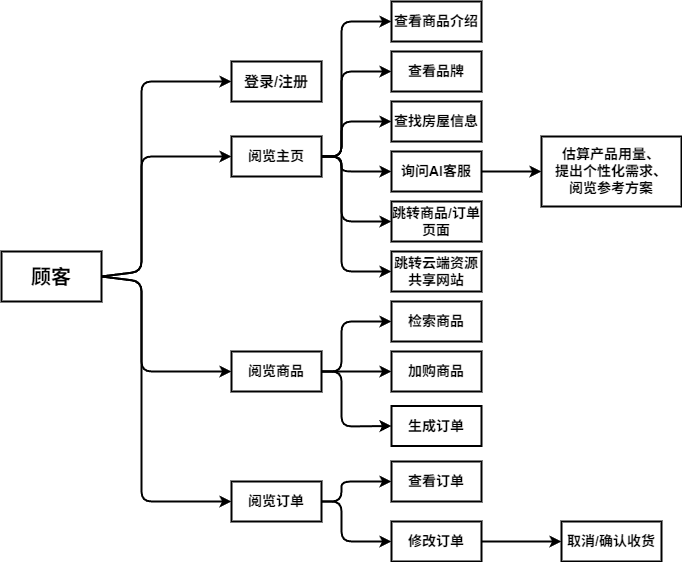
Before: 8.drawio.png, a diagram exported from draw.io (xiyuliu509/microservice-shop). Source tidied: cells renumbered, new cells last; positions are measured from the earlier drawing's top-left corner, leaving out a move shared by most shapes.
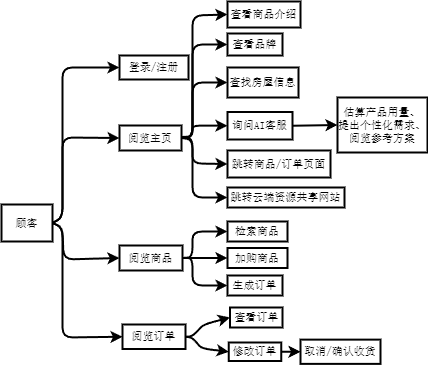
After the change.

What changed in the source:
```diff
@@ -2,185 +2,181 @@
   <root>
     <mxCell id="0" />
     <mxCell id="1" parent="0" />
-    <mxCell id="2" value="&lt;span style=&quot;font-size: 20px;&quot;&gt;&lt;b&gt;顾客&lt;/b&gt;&lt;/span&gt;" style="rounded=0;whiteSpace=wrap;html=1;strokeWidth=2;" parent="1" vertex="1">
-      <mxGeometry y="250" width="100" height="50" as="geometry" />
+    <mxCell id="2" value="&lt;span&gt;&lt;font&gt;顾客&lt;/font&gt;&lt;/span&gt;" style="rounded=0;whiteSpace=wrap;html=1;strokeWidth=2;fontFamily=宋体;fontSize=11;fontStyle=0;fontColor=#000000;" parent="1" vertex="1">
+      <mxGeometry x="79" y="257" width="51" height="37" as="geometry" />
     </mxCell>
-    <mxCell id="3" value="&lt;b&gt;&lt;font style=&quot;font-size: 15px;&quot;&gt;登录/注册&lt;/font&gt;&lt;/b&gt;" style="rounded=0;whiteSpace=wrap;html=1;strokeWidth=2;" parent="1" vertex="1">
-      <mxGeometry x="230" y="60" width="90" height="40" as="geometry" />
+    <mxCell id="3" value="&lt;span&gt;&lt;font&gt;登录/注册&lt;/font&gt;&lt;/span&gt;" style="rounded=0;whiteSpace=wrap;html=1;strokeWidth=2;fontFamily=宋体;fontSize=11;fontStyle=0;fontColor=#000000;" parent="1" vertex="1">
+      <mxGeometry x="197" y="108" width="69" height="24" as="geometry" />
     </mxCell>
-    <mxCell id="4" value="&lt;span style=&quot;font-size: 14px;&quot;&gt;&lt;b&gt;阅览主页&lt;/b&gt;&lt;/span&gt;" style="rounded=0;whiteSpace=wrap;html=1;strokeWidth=2;" parent="1" vertex="1">
-      <mxGeometry x="230" y="135" width="90" height="40" as="geometry" />
+    <mxCell id="4" value="&lt;span&gt;&lt;span&gt;阅览主页&lt;/span&gt;&lt;/span&gt;" style="rounded=0;whiteSpace=wrap;html=1;strokeWidth=2;fontFamily=宋体;fontSize=11;fontStyle=0;fontColor=#000000;" parent="1" vertex="1">
+      <mxGeometry x="197" y="178" width="62" height="25" as="geometry" />
     </mxCell>
-    <mxCell id="5" value="&lt;span style=&quot;font-size: 14px;&quot;&gt;&lt;b&gt;阅览商品&lt;/b&gt;&lt;/span&gt;" style="rounded=0;whiteSpace=wrap;html=1;strokeWidth=2;" parent="1" vertex="1">
-      <mxGeometry x="230" y="350" width="90" height="40" as="geometry" />
+    <mxCell id="5" value="&lt;span&gt;&lt;span&gt;阅览商品&lt;/span&gt;&lt;/span&gt;" style="rounded=0;whiteSpace=wrap;html=1;strokeWidth=2;fontFamily=宋体;fontSize=11;fontStyle=0;fontColor=#000000;" parent="1" vertex="1">
+      <mxGeometry x="197" y="298" width="63" height="25" as="geometry" />
     </mxCell>
-    <mxCell id="6" style="endArrow=classic;html=1;exitX=1;exitY=0.5;exitDx=0;exitDy=0;entryX=0;entryY=0.5;entryDx=0;entryDy=0;strokeWidth=2;" parent="1" edge="1" source="2" target="3">
+    <mxCell id="6" style="endArrow=classic;html=1;exitX=1;exitY=0.5;exitDx=0;exitDy=0;entryX=0;entryY=0.5;entryDx=0;entryDy=0;strokeWidth=2;fontFamily=宋体;fontSize=11;fontStyle=0;fontColor=#000000;" parent="1" edge="1" source="2" target="3">
       <mxGeometry relative="1" as="geometry">
         <Array as="points">
           <mxPoint x="140" y="270" />
-          <mxPoint x="140" y="80" />
+          <mxPoint x="140" y="120" />
         </Array>
       </mxGeometry>
     </mxCell>
-    <mxCell id="7" style="endArrow=classic;html=1;exitX=1;exitY=0.5;exitDx=0;exitDy=0;entryX=0;entryY=0.5;entryDx=0;entryDy=0;strokeWidth=2;" parent="1" edge="1" source="2" target="4">
+    <mxCell id="7" style="endArrow=classic;html=1;exitX=1;exitY=0.5;exitDx=0;exitDy=0;entryX=0;entryY=0.5;entryDx=0;entryDy=0;strokeWidth=2;fontFamily=宋体;fontSize=11;fontStyle=0;fontColor=#000000;" parent="1" edge="1" source="2" target="4">
       <mxGeometry relative="1" as="geometry">
         <Array as="points">
           <mxPoint x="140" y="270" />
-          <mxPoint x="140" y="155" />
+          <mxPoint x="140" y="190" />
         </Array>
       </mxGeometry>
     </mxCell>
-    <mxCell id="8" style="endArrow=classic;html=1;exitX=1;exitY=0.5;exitDx=0;exitDy=0;strokeWidth=2;entryX=0;entryY=0.5;entryDx=0;entryDy=0;" parent="1" edge="1" source="2" target="5">
+    <mxCell id="8" style="endArrow=classic;html=1;exitX=1;exitY=0.5;exitDx=0;exitDy=0;strokeWidth=2;entryX=0;entryY=0.5;entryDx=0;entryDy=0;fontFamily=宋体;fontSize=11;fontStyle=0;fontColor=#000000;" parent="1" edge="1" source="2" target="5">
       <mxGeometry relative="1" as="geometry">
         <Array as="points">
           <mxPoint x="140" y="280" />
-          <mxPoint x="140" y="370" />
+          <mxPoint x="141" y="312" />
         </Array>
       </mxGeometry>
     </mxCell>
-    <mxCell id="9" style="endArrow=classic;html=1;exitX=1;exitY=0.5;exitDx=0;exitDy=0;strokeWidth=2;entryX=0;entryY=0.5;entryDx=0;entryDy=0;" parent="1" edge="1" target="10">
-      <mxGeometry relative="1" as="geometry">
-        <mxPoint x="320" y="154.5" as="sourcePoint" />
-        <Array as="points">
-          <mxPoint x="340" y="155" />
-          <mxPoint x="340" y="20" />
-        </Array>
-      </mxGeometry>
-    </mxCell>
-    <mxCell id="10" value="&lt;span style=&quot;font-size: 14px;&quot;&gt;&lt;b&gt;查看商品介绍&lt;/b&gt;&lt;/span&gt;" style="rounded=0;whiteSpace=wrap;html=1;strokeWidth=2;" parent="1" vertex="1">
-      <mxGeometry x="390" width="90" height="40" as="geometry" />
+    <mxCell id="10" value="&lt;span&gt;&lt;span&gt;查看商品介绍&lt;/span&gt;&lt;/span&gt;" style="rounded=0;whiteSpace=wrap;html=1;strokeWidth=2;fontFamily=宋体;fontSize=11;fontStyle=0;fontColor=#000000;" parent="1" vertex="1">
+      <mxGeometry x="305" y="54" width="73" height="26" as="geometry" />
     </mxCell>
-    <mxCell id="11" value="&lt;span style=&quot;font-size: 14px;&quot;&gt;&lt;b&gt;查看品牌&lt;/b&gt;&lt;/span&gt;" style="rounded=0;whiteSpace=wrap;html=1;strokeWidth=2;" parent="1" vertex="1">
-      <mxGeometry x="390" y="50" width="90" height="40" as="geometry" />
+    <mxCell id="11" value="&lt;span&gt;&lt;span&gt;查看品牌&lt;/span&gt;&lt;/span&gt;" style="rounded=0;whiteSpace=wrap;html=1;strokeWidth=2;fontFamily=宋体;fontSize=11;fontStyle=0;fontColor=#000000;" parent="1" vertex="1">
+      <mxGeometry x="305" y="86" width="55" height="22" as="geometry" />
     </mxCell>
-    <mxCell id="12" style="endArrow=classic;html=1;exitX=1;exitY=0.5;exitDx=0;exitDy=0;strokeWidth=2;entryX=0;entryY=0.5;entryDx=0;entryDy=0;" parent="1" edge="1" source="4" target="11">
-      <mxGeometry relative="1" as="geometry">
-        <Array as="points">
-          <mxPoint x="340" y="155" />
-          <mxPoint x="340" y="70" />
-        </Array>
-      </mxGeometry>
-    </mxCell>
-    <mxCell id="13" style="endArrow=classic;html=1;entryX=0;entryY=0.5;entryDx=0;entryDy=0;strokeWidth=2;exitX=1;exitY=0.5;exitDx=0;exitDy=0;" parent="1" edge="1" source="2" target="29">
+    <mxCell id="13" style="endArrow=classic;html=1;entryX=0;entryY=0.5;entryDx=0;entryDy=0;strokeWidth=2;exitX=1;exitY=0.5;exitDx=0;exitDy=0;fontFamily=宋体;fontSize=11;fontStyle=0;fontColor=#000000;" parent="1" edge="1" source="2" target="29">
       <mxGeometry relative="1" as="geometry">
         <Array as="points">
           <mxPoint x="140" y="280" />
-          <mxPoint x="140" y="500" />
+          <mxPoint x="140" y="390" />
         </Array>
       </mxGeometry>
     </mxCell>
-    <mxCell id="14" value="&lt;span style=&quot;font-size: 14px;&quot;&gt;&lt;b&gt;查找房屋信息&lt;/b&gt;&lt;/span&gt;" style="rounded=0;whiteSpace=wrap;html=1;strokeWidth=2;" parent="1" vertex="1">
-      <mxGeometry x="390" y="100" width="90" height="40" as="geometry" />
+    <mxCell id="14" value="&lt;span&gt;&lt;span&gt;查找房屋信息&lt;/span&gt;&lt;/span&gt;" style="rounded=0;whiteSpace=wrap;html=1;strokeWidth=2;fontFamily=宋体;fontSize=11;fontStyle=0;fontColor=#000000;" parent="1" vertex="1">
+      <mxGeometry x="305" y="120" width="71" height="30" as="geometry" />
     </mxCell>
-    <mxCell id="15" style="edgeStyle=none;html=1;strokeWidth=2;entryX=0;entryY=0.5;entryDx=0;entryDy=0;exitX=1;exitY=0.5;exitDx=0;exitDy=0;" parent="1" edge="1" source="16" target="35">
-      <mxGeometry relative="1" as="geometry">
-        <Array as="points">
-          <mxPoint x="500" y="170" />
-        </Array>
-      </mxGeometry>
+    <mxCell id="15" style="edgeStyle=none;html=1;strokeWidth=2;entryX=0;entryY=0.5;entryDx=0;entryDy=0;exitX=1;exitY=0.5;exitDx=0;exitDy=0;fontFamily=宋体;fontSize=11;fontStyle=0;fontColor=#000000;" parent="1" edge="1" source="16" target="35">
+      <mxGeometry relative="1" as="geometry" />
     </mxCell>
-    <mxCell id="16" value="&lt;span style=&quot;font-size: 14px;&quot;&gt;&lt;b&gt;询问AI客服&lt;/b&gt;&lt;/span&gt;" style="rounded=0;whiteSpace=wrap;html=1;strokeWidth=2;" parent="1" vertex="1">
-      <mxGeometry x="390" y="150" width="90" height="40" as="geometry" />
+    <mxCell id="16" value="&lt;span&gt;&lt;span&gt;询问AI客服&lt;/span&gt;&lt;/span&gt;" style="rounded=0;whiteSpace=wrap;html=1;strokeWidth=2;fontFamily=宋体;fontSize=11;fontStyle=0;fontColor=#000000;" parent="1" vertex="1">
+      <mxGeometry x="305" y="164.5" width="65" height="27.5" as="geometry" />
     </mxCell>
-    <mxCell id="17" value="&lt;span style=&quot;font-size: 14px;&quot;&gt;&lt;b&gt;跳转商品/订单页面&lt;/b&gt;&lt;/span&gt;" style="rounded=0;whiteSpace=wrap;html=1;strokeWidth=2;" parent="1" vertex="1">
-      <mxGeometry x="390" y="200" width="90" height="40" as="geometry" />
+    <mxCell id="17" value="&lt;span&gt;&lt;span&gt;跳转商品/订单页面&lt;/span&gt;&lt;/span&gt;" style="rounded=0;whiteSpace=wrap;html=1;strokeWidth=2;fontFamily=宋体;fontSize=11;fontStyle=0;fontColor=#000000;" parent="1" vertex="1">
+      <mxGeometry x="305" y="203" width="103" height="27" as="geometry" />
     </mxCell>
-    <mxCell id="18" value="&lt;span style=&quot;font-size: 14px;&quot;&gt;&lt;b&gt;跳转云端资源共享网站&lt;/b&gt;&lt;/span&gt;" style="rounded=0;whiteSpace=wrap;html=1;strokeWidth=2;" parent="1" vertex="1">
-      <mxGeometry x="390" y="250" width="90" height="40" as="geometry" />
+    <mxCell id="18" value="&lt;span&gt;&lt;span&gt;跳转云端资源共享网站&lt;/span&gt;&lt;/span&gt;" style="rounded=0;whiteSpace=wrap;html=1;strokeWidth=2;fontFamily=宋体;fontSize=11;fontStyle=0;fontColor=#000000;" parent="1" vertex="1">
+      <mxGeometry x="305" y="240" width="117" height="20" as="geometry" />
     </mxCell>
-    <mxCell id="19" value="&lt;span style=&quot;font-size: 14px;&quot;&gt;&lt;b&gt;检索商品&lt;/b&gt;&lt;/span&gt;" style="rounded=0;whiteSpace=wrap;html=1;strokeWidth=2;" parent="1" vertex="1">
-      <mxGeometry x="390" y="300" width="90" height="40" as="geometry" />
+    <mxCell id="19" value="&lt;span&gt;&lt;span&gt;检索商品&lt;/span&gt;&lt;/span&gt;" style="rounded=0;whiteSpace=wrap;html=1;strokeWidth=2;fontFamily=宋体;fontSize=11;fontStyle=0;fontColor=#000000;" parent="1" vertex="1">
+      <mxGeometry x="305" y="274" width="60" height="20" as="geometry" />
     </mxCell>
-    <mxCell id="20" style="endArrow=classic;html=1;strokeWidth=2;entryX=0;entryY=0.5;entryDx=0;entryDy=0;exitX=1;exitY=0.5;exitDx=0;exitDy=0;" parent="1" edge="1" source="4" target="14">
-      <mxGeometry relative="1" as="geometry">
-        <Array as="points">
-          <mxPoint x="340" y="155" />
-          <mxPoint x="340" y="120" />
-        </Array>
-      </mxGeometry>
-    </mxCell>
-    <mxCell id="21" style="endArrow=classic;html=1;strokeWidth=2;exitX=1;exitY=0.5;exitDx=0;exitDy=0;entryX=0;entryY=0.5;entryDx=0;entryDy=0;" parent="1" edge="1" source="4" target="16">
-      <mxGeometry relative="1" as="geometry">
-        <Array as="points">
-          <mxPoint x="340" y="155" />
-          <mxPoint x="340" y="170" />
-        </Array>
-      </mxGeometry>
-    </mxCell>
-    <mxCell id="22" style="endArrow=classic;html=1;strokeWidth=2;entryX=0;entryY=0.5;entryDx=0;entryDy=0;exitX=1;exitY=0.5;exitDx=0;exitDy=0;" parent="1" edge="1" source="4" target="17">
-      <mxGeometry relative="1" as="geometry">
-        <Array as="points">
-          <mxPoint x="340" y="155" />
-          <mxPoint x="340" y="220" />
-        </Array>
-      </mxGeometry>
-    </mxCell>
-    <mxCell id="23" style="endArrow=classic;html=1;strokeWidth=2;exitX=1;exitY=0.5;exitDx=0;exitDy=0;entryX=0;entryY=0.5;entryDx=0;entryDy=0;" parent="1" edge="1" source="5" target="19">
-      <mxGeometry relative="1" as="geometry">
-        <Array as="points">
-          <mxPoint x="340" y="370" />
-          <mxPoint x="340" y="320" />
-        </Array>
-      </mxGeometry>
-    </mxCell>
-    <mxCell id="24" style="endArrow=classic;html=1;strokeWidth=2;entryX=0;entryY=0.5;entryDx=0;entryDy=0;exitX=1;exitY=0.5;exitDx=0;exitDy=0;" parent="1" edge="1" source="4" target="18">
-      <mxGeometry relative="1" as="geometry">
-        <Array as="points">
-          <mxPoint x="340" y="155" />
-          <mxPoint x="340" y="270" />
-        </Array>
-      </mxGeometry>
-    </mxCell>
-    <mxCell id="25" value="&lt;span style=&quot;font-size: 14px;&quot;&gt;&lt;b&gt;加购商品&lt;/b&gt;&lt;/span&gt;" style="rounded=0;whiteSpace=wrap;html=1;strokeWidth=2;" parent="1" vertex="1">
-      <mxGeometry x="390" y="350" width="90" height="40" as="geometry" />
+    <mxCell id="25" value="&lt;span&gt;&lt;span&gt;加购商品&lt;/span&gt;&lt;/span&gt;" style="rounded=0;whiteSpace=wrap;html=1;strokeWidth=2;fontFamily=宋体;fontSize=11;fontStyle=0;fontColor=#000000;" parent="1" vertex="1">
+      <mxGeometry x="305" y="300.5" width="60" height="20" as="geometry" />
     </mxCell>
-    <mxCell id="26" style="endArrow=classic;html=1;strokeWidth=2;entryX=0;entryY=0.5;entryDx=0;entryDy=0;exitX=1;exitY=0.5;exitDx=0;exitDy=0;" parent="1" edge="1" source="5" target="25">
+    <mxCell id="26" style="endArrow=classic;html=1;strokeWidth=2;entryX=0;entryY=0.5;entryDx=0;entryDy=0;exitX=1;exitY=0.5;exitDx=0;exitDy=0;fontFamily=宋体;fontSize=11;fontStyle=0;fontColor=#000000;" parent="1" edge="1" source="5" target="25">
       <mxGeometry relative="1" as="geometry" />
     </mxCell>
-    <mxCell id="27" style="endArrow=classic;html=1;strokeWidth=2;entryX=0;entryY=0.5;entryDx=0;entryDy=0;exitX=1;exitY=0.5;exitDx=0;exitDy=0;" parent="1" edge="1" source="5" target="28">
+    <mxCell id="27" style="endArrow=classic;html=1;strokeWidth=2;entryX=0;entryY=0.5;entryDx=0;entryDy=0;exitX=1;exitY=0.5;exitDx=0;exitDy=0;fontFamily=宋体;fontSize=11;fontStyle=0;fontColor=#000000;" parent="1" edge="1" source="5" target="28">
       <mxGeometry relative="1" as="geometry">
         <Array as="points">
-          <mxPoint x="340" y="370" />
-          <mxPoint x="340" y="425" />
+          <mxPoint x="270" y="310" />
+          <mxPoint x="270" y="338" />
         </Array>
       </mxGeometry>
     </mxCell>
-    <mxCell id="28" value="&lt;span style=&quot;font-size: 14px;&quot;&gt;&lt;b&gt;生成订单&lt;/b&gt;&lt;/span&gt;" style="rounded=0;whiteSpace=wrap;html=1;strokeWidth=2;" parent="1" vertex="1">
-      <mxGeometry x="390" y="404.5" width="90" height="40" as="geometry" />
+    <mxCell id="28" value="&lt;span&gt;&lt;span&gt;生成订单&lt;/span&gt;&lt;/span&gt;" style="rounded=0;whiteSpace=wrap;html=1;strokeWidth=2;fontFamily=宋体;fontSize=11;fontStyle=0;fontColor=#000000;" parent="1" vertex="1">
+      <mxGeometry x="305" y="328" width="55" height="20" as="geometry" />
     </mxCell>
-    <mxCell id="29" value="&lt;span style=&quot;font-size: 14px;&quot;&gt;&lt;b&gt;阅览订单&lt;/b&gt;&lt;/span&gt;" style="rounded=0;whiteSpace=wrap;html=1;strokeWidth=2;" parent="1" vertex="1">
-      <mxGeometry x="230" y="480" width="90" height="40" as="geometry" />
+    <mxCell id="29" value="&lt;span&gt;&lt;span&gt;阅览订单&lt;/span&gt;&lt;/span&gt;" style="rounded=0;whiteSpace=wrap;html=1;strokeWidth=2;fontFamily=宋体;fontSize=11;fontStyle=0;fontColor=#000000;" parent="1" vertex="1">
+      <mxGeometry x="200" y="377" width="63" height="24.5" as="geometry" />
     </mxCell>
-    <mxCell id="30" style="endArrow=classic;html=1;strokeWidth=2;exitX=1;exitY=0.5;exitDx=0;exitDy=0;entryX=0;entryY=0.5;entryDx=0;entryDy=0;" parent="1" edge="1" source="29" target="31">
-      <mxGeometry relative="1" as="geometry">
-        <Array as="points">
-          <mxPoint x="340" y="500" />
-          <mxPoint x="340" y="480" />
-        </Array>
-      </mxGeometry>
-    </mxCell>
-    <mxCell id="31" value="&lt;span style=&quot;font-size: 14px;&quot;&gt;&lt;b&gt;查看订单&lt;/b&gt;&lt;/span&gt;" style="rounded=0;whiteSpace=wrap;html=1;strokeWidth=2;" parent="1" vertex="1">
-      <mxGeometry x="390" y="460" width="90" height="40" as="geometry" />
+    <mxCell id="31" value="&lt;span&gt;&lt;span&gt;查看订单&lt;/span&gt;&lt;/span&gt;" style="rounded=0;whiteSpace=wrap;html=1;strokeWidth=2;fontFamily=宋体;fontSize=11;fontStyle=0;fontColor=#000000;" parent="1" vertex="1">
+      <mxGeometry x="307.5" y="360" width="52.5" height="20" as="geometry" />
     </mxCell>
-    <mxCell id="32" style="edgeStyle=none;html=1;strokeWidth=2;" parent="1" edge="1" source="33" target="36">
-      <mxGeometry relative="1" as="geometry" />
-    </mxCell>
-    <mxCell id="33" value="&lt;span style=&quot;font-size: 14px;&quot;&gt;&lt;b&gt;修改订单&lt;/b&gt;&lt;/span&gt;" style="rounded=0;whiteSpace=wrap;html=1;strokeWidth=2;" parent="1" vertex="1">
-      <mxGeometry x="390" y="520" width="90" height="40" as="geometry" />
+    <mxCell id="33" value="&lt;span&gt;&lt;span&gt;修改订单&lt;/span&gt;&lt;/span&gt;" style="rounded=0;whiteSpace=wrap;html=1;strokeWidth=2;fontFamily=宋体;fontSize=11;fontStyle=0;fontColor=#000000;" parent="1" vertex="1">
+      <mxGeometry x="306.2" y="395" width="52.5" height="18.5" as="geometry" />
     </mxCell>
-    <mxCell id="34" style="endArrow=classic;html=1;strokeWidth=2;entryX=0;entryY=0.5;entryDx=0;entryDy=0;exitX=1;exitY=0.5;exitDx=0;exitDy=0;" parent="1" edge="1" source="29" target="33">
-      <mxGeometry relative="1" as="geometry">
-        <Array as="points">
-          <mxPoint x="340" y="500" />
-          <mxPoint x="340" y="540" />
-        </Array>
-      </mxGeometry>
-    </mxCell>
-    <mxCell id="35" value="&lt;span style=&quot;font-size: 14px;&quot;&gt;&lt;b&gt;估算产品用量、&lt;/b&gt;&lt;/span&gt;&lt;div&gt;&lt;span style=&quot;font-size: 14px;&quot;&gt;&lt;b&gt;提出个性化需求、&lt;/b&gt;&lt;/span&gt;&lt;/div&gt;&lt;div&gt;&lt;span style=&quot;font-size: 14px;&quot;&gt;&lt;b&gt;阅览参考方案&lt;/b&gt;&lt;/span&gt;&lt;/div&gt;" style="rounded=0;whiteSpace=wrap;html=1;strokeWidth=2;" parent="1" vertex="1">
-      <mxGeometry x="540" y="135" width="140" height="70" as="geometry" />
+    <mxCell id="35" value="&lt;span&gt;&lt;span&gt;估算产品用量、&lt;/span&gt;&lt;/span&gt;&lt;div&gt;&lt;span&gt;&lt;span&gt;提出个性化需求、&lt;/span&gt;&lt;/span&gt;&lt;/div&gt;&lt;div&gt;&lt;span&gt;&lt;span&gt;阅览参考方案&lt;/span&gt;&lt;/span&gt;&lt;/div&gt;" style="rounded=0;whiteSpace=wrap;html=1;strokeWidth=2;fontFamily=宋体;fontSize=11;fontStyle=0;fontColor=#000000;" parent="1" vertex="1">
+      <mxGeometry x="415" y="150" width="90" height="55" as="geometry" />
     </mxCell>
-    <mxCell id="36" value="&lt;span style=&quot;font-size: 14px;&quot;&gt;&lt;b&gt;取消/确认收货&lt;/b&gt;&lt;/span&gt;" style="rounded=0;whiteSpace=wrap;html=1;strokeWidth=2;" parent="1" vertex="1">
-      <mxGeometry x="560" y="520" width="100" height="40" as="geometry" />
+    <mxCell id="36" value="&lt;span&gt;&lt;span&gt;取消/确认收货&lt;/span&gt;&lt;/span&gt;" style="rounded=0;whiteSpace=wrap;html=1;strokeWidth=2;fontFamily=宋体;fontSize=11;fontStyle=0;fontColor=#000000;" parent="1" vertex="1">
+      <mxGeometry x="378" y="392.1" width="80" height="24.2" as="geometry" />
     </mxCell>
+    <mxCell id="37" style="endArrow=classic;html=1;entryX=0;entryY=0.5;entryDx=0;entryDy=0;exitX=1;exitY=0.5;exitDx=0;exitDy=0;strokeWidth=2;fontSize=11;fontFamily=宋体;" parent="1" edge="1" source="4" target="10">
+      <mxGeometry relative="1" as="geometry">
+        <Array as="points">
+          <mxPoint x="270" y="190" />
+          <mxPoint x="270" y="68" />
+        </Array>
+      </mxGeometry>
+    </mxCell>
+    <mxCell id="12" style="endArrow=classic;html=1;exitX=1;exitY=0.5;exitDx=0;exitDy=0;strokeWidth=2;entryX=0;entryY=0.5;entryDx=0;entryDy=0;fontSize=11;fontFamily=宋体;" parent="1" edge="1" source="4" target="11">
+      <mxGeometry relative="1" as="geometry">
+        <Array as="points">
+          <mxPoint x="270" y="190" />
+          <mxPoint x="270" y="97" />
+        </Array>
+      </mxGeometry>
+    </mxCell>
+    <mxCell id="38" style="endArrow=classic;html=1;entryX=0;entryY=0.5;entryDx=0;entryDy=0;exitX=1;exitY=0.5;exitDx=0;exitDy=0;strokeWidth=2;fontSize=11;fontFamily=宋体;" parent="1" edge="1" target="14">
+      <mxGeometry relative="1" as="geometry">
+        <mxPoint x="259" y="190" as="sourcePoint" />
+        <Array as="points">
+          <mxPoint x="270" y="189.5" />
+          <mxPoint x="270" y="135" />
+        </Array>
+      </mxGeometry>
+    </mxCell>
+    <mxCell id="21" style="endArrow=classic;html=1;entryX=0;entryY=0.5;entryDx=0;entryDy=0;strokeWidth=2;exitX=1.006;exitY=0.46;exitDx=0;exitDy=0;exitPerimeter=0;fontSize=11;fontFamily=宋体;" parent="1" edge="1" source="4" target="16">
+      <mxGeometry relative="1" as="geometry">
+        <Array as="points">
+          <mxPoint x="270" y="189" />
+          <mxPoint x="270" y="178" />
+        </Array>
+      </mxGeometry>
+    </mxCell>
+    <mxCell id="22" style="endArrow=classic;html=1;exitX=1;exitY=0.5;exitDx=0;exitDy=0;strokeWidth=2;entryX=0;entryY=0.5;entryDx=0;entryDy=0;fontSize=11;fontFamily=宋体;" parent="1" edge="1" source="4" target="17">
+      <mxGeometry relative="1" as="geometry">
+        <Array as="points">
+          <mxPoint x="270" y="192" />
+          <mxPoint x="270" y="216" />
+        </Array>
+      </mxGeometry>
+    </mxCell>
+    <mxCell id="24" style="endArrow=classic;html=1;entryX=0;entryY=0.5;entryDx=0;entryDy=0;exitX=1;exitY=0.5;exitDx=0;exitDy=0;strokeWidth=2;fontSize=11;fontFamily=宋体;" parent="1" edge="1" source="4" target="18">
+      <mxGeometry relative="1" as="geometry">
+        <Array as="points">
+          <mxPoint x="270" y="190" />
+          <mxPoint x="270" y="250" />
+        </Array>
+      </mxGeometry>
+    </mxCell>
+    <mxCell id="23" style="endArrow=classic;html=1;strokeWidth=2;entryX=0;entryY=0.5;entryDx=0;entryDy=0;exitX=1;exitY=0.5;exitDx=0;exitDy=0;fontFamily=宋体;fontSize=11;fontStyle=0;fontColor=#000000;" parent="1" edge="1" source="5" target="19">
+      <mxGeometry relative="1" as="geometry">
+        <Array as="points">
+          <mxPoint x="270" y="310" />
+          <mxPoint x="270" y="284" />
+        </Array>
+      </mxGeometry>
+    </mxCell>
+    <mxCell id="30" style="endArrow=classic;html=1;strokeWidth=2;entryX=0;entryY=0.5;entryDx=0;entryDy=0;exitX=1;exitY=0.5;exitDx=0;exitDy=0;fontFamily=宋体;fontSize=11;fontStyle=0;fontColor=#000000;" parent="1" edge="1" source="29" target="31">
+      <mxGeometry relative="1" as="geometry">
+        <Array as="points">
+          <mxPoint x="270" y="389" />
+          <mxPoint x="281" y="377" />
+        </Array>
+      </mxGeometry>
+    </mxCell>
+    <mxCell id="34" style="endArrow=classic;html=1;strokeWidth=2;entryX=0;entryY=0.5;entryDx=0;entryDy=0;exitX=1;exitY=0.5;exitDx=0;exitDy=0;fontFamily=宋体;fontSize=11;fontStyle=0;fontColor=#000000;" parent="1" edge="1" source="29" target="33">
+      <mxGeometry relative="1" as="geometry">
+        <Array as="points">
+          <mxPoint x="270" y="390" />
+          <mxPoint x="279" y="401" />
+        </Array>
+      </mxGeometry>
+    </mxCell>
+    <mxCell id="32" style="endArrow=classic;html=1;strokeWidth=2;entryX=0;entryY=0.5;entryDx=0;entryDy=0;exitX=1;exitY=0.5;exitDx=0;exitDy=0;fontFamily=宋体;fontSize=11;fontStyle=0;fontColor=#000000;" parent="1" edge="1" source="33" target="36">
+      <mxGeometry relative="1" as="geometry" />
+    </mxCell>
   </root>
 </mxGraphModel>
```
